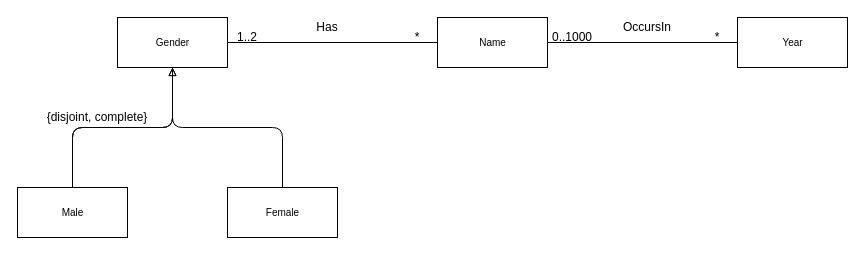
Before: Class Diagram.drawio in halcyon1968/hello-world, a draw.io diagram. Source tidied: cells renumbered, new cells numbered last; positions are measured from the earlier drawing's top-left corner, leaving out a move shared by most shapes. Both pictures are drawn from the tidied source at 100%, with x=0, y=0 at pixel (17, 17).
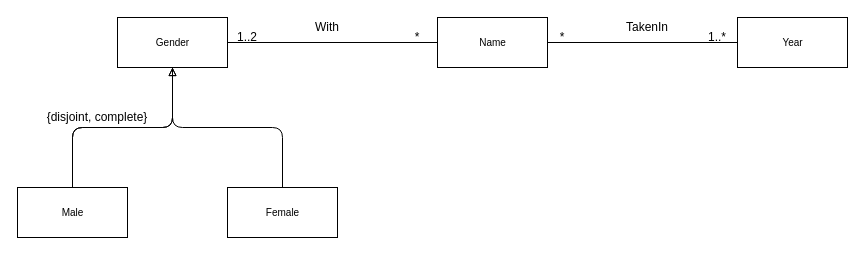
Above is the later version.

What changed in the source:
```diff
@@
 <mxGraphModel>
   <root>
     <mxCell id="0" />
     <mxCell id="1" parent="0" />
     <mxCell id="2" style="edgeStyle=orthogonalEdgeStyle;rounded=1;jettySize=auto;html=1;startArrow=none;startFill=0;startSize=6;endArrow=none;endFill=0;strokeColor=#000000;strokeWidth=1;fontSize=10;entryX=0;entryY=0.5;entryDx=0;entryDy=0;" parent="1" edge="1" source="6" target="8">
       <mxGeometry relative="1" as="geometry" />
     </mxCell>
     <mxCell id="3" style="edgeStyle=orthogonalEdgeStyle;rounded=1;jettySize=auto;html=1;startArrow=none;startFill=0;startSize=6;endArrow=none;endFill=0;strokeColor=#000000;strokeWidth=1;fontSize=10;" parent="1" edge="1" source="6" target="10">
       <mxGeometry relative="1" as="geometry" />
     </mxCell>
     <mxCell id="4" style="edgeStyle=orthogonalEdgeStyle;rounded=1;jettySize=auto;html=1;startArrow=block;startFill=0;startSize=6;endArrow=none;endFill=0;strokeColor=#000000;strokeWidth=1;fontSize=10;" parent="1" edge="1" source="6" target="10">
       <mxGeometry relative="1" as="geometry" />
     </mxCell>
     <mxCell id="5" style="edgeStyle=orthogonalEdgeStyle;rounded=1;jettySize=auto;html=1;startArrow=block;startFill=0;startSize=6;endArrow=none;endFill=0;strokeColor=#000000;strokeWidth=1;fontSize=10;" parent="1" edge="1" source="6" target="11">
       <mxGeometry relative="1" as="geometry" />
     </mxCell>
     <mxCell id="6" value="Gender" style="html=1;fontSize=10;" parent="1" vertex="1">
       <mxGeometry x="100" width="110" height="50" as="geometry" />
     </mxCell>
     <mxCell id="7" style="edgeStyle=orthogonalEdgeStyle;rounded=1;jettySize=auto;html=1;startArrow=none;startFill=0;startSize=6;endArrow=none;endFill=0;strokeColor=#000000;strokeWidth=1;fontSize=10;" parent="1" edge="1" source="8" target="9">
       <mxGeometry relative="1" as="geometry" />
     </mxCell>
     <mxCell id="8" value="Name" style="html=1;fontSize=10;" parent="1" vertex="1">
       <mxGeometry x="420" width="110" height="50" as="geometry" />
     </mxCell>
     <mxCell id="9" value="Year" style="html=1;fontSize=10;" parent="1" vertex="1">
       <mxGeometry x="720" width="110" height="50" as="geometry" />
     </mxCell>
     <mxCell id="10" value="Male" style="html=1;fontSize=10;" parent="1" vertex="1">
       <mxGeometry y="170" width="110" height="50" as="geometry" />
     </mxCell>
     <mxCell id="11" value="Female" style="html=1;fontSize=10;" parent="1" vertex="1">
       <mxGeometry x="210" y="170" width="110" height="50" as="geometry" />
     </mxCell>
-    <mxCell id="12" value="0..1000" style="text;html=1;strokeColor=none;fillColor=none;align=center;verticalAlign=middle;whiteSpace=wrap;rounded=0;" parent="1" vertex="1">
-      <mxGeometry x="530" y="10" width="50" height="20" as="geometry" />
+    <mxCell id="12" value="*" style="text;html=1;strokeColor=none;fillColor=none;align=center;verticalAlign=middle;whiteSpace=wrap;rounded=0;" parent="1" vertex="1">
+      <mxGeometry x="520" y="10" width="50" height="20" as="geometry" />
     </mxCell>
-    <mxCell id="13" value="*" style="text;html=1;strokeColor=none;fillColor=none;align=center;verticalAlign=middle;whiteSpace=wrap;rounded=0;" parent="1" vertex="1">
+    <mxCell id="13" value="1..*" style="text;html=1;strokeColor=none;fillColor=none;align=center;verticalAlign=middle;whiteSpace=wrap;rounded=0;" parent="1" vertex="1">
       <mxGeometry x="680" y="10" width="40" height="20" as="geometry" />
     </mxCell>
     <mxCell id="14" value="1..2" style="text;html=1;strokeColor=none;fillColor=none;align=center;verticalAlign=middle;whiteSpace=wrap;rounded=0;" parent="1" vertex="1">
       <mxGeometry x="210" y="10" width="40" height="20" as="geometry" />
     </mxCell>
     <mxCell id="15" value="*" style="text;html=1;strokeColor=none;fillColor=none;align=center;verticalAlign=middle;whiteSpace=wrap;rounded=0;" parent="1" vertex="1">
       <mxGeometry x="380" y="10" width="40" height="20" as="geometry" />
     </mxCell>
-    <mxCell id="16" value="OccursIn" style="text;html=1;strokeColor=none;fillColor=none;align=center;verticalAlign=middle;whiteSpace=wrap;rounded=0;" parent="1" vertex="1">
+    <mxCell id="16" value="TakenIn" style="text;html=1;strokeColor=none;fillColor=none;align=center;verticalAlign=middle;whiteSpace=wrap;rounded=0;" parent="1" vertex="1">
       <mxGeometry x="610" width="40" height="20" as="geometry" />
     </mxCell>
-    <mxCell id="17" value="Has" style="text;html=1;strokeColor=none;fillColor=none;align=center;verticalAlign=middle;whiteSpace=wrap;rounded=0;" parent="1" vertex="1">
+    <mxCell id="17" value="With" style="text;html=1;strokeColor=none;fillColor=none;align=center;verticalAlign=middle;whiteSpace=wrap;rounded=0;" parent="1" vertex="1">
       <mxGeometry x="290" width="40" height="20" as="geometry" />
     </mxCell>
     <mxCell id="18" value="{disjoint, complete}" style="text;html=1;strokeColor=none;fillColor=none;align=center;verticalAlign=middle;whiteSpace=wrap;rounded=0;" parent="1" vertex="1">
       <mxGeometry x="20" y="90" width="120" height="20" as="geometry" />
     </mxCell>
   </root>
 </mxGraphModel>
```
